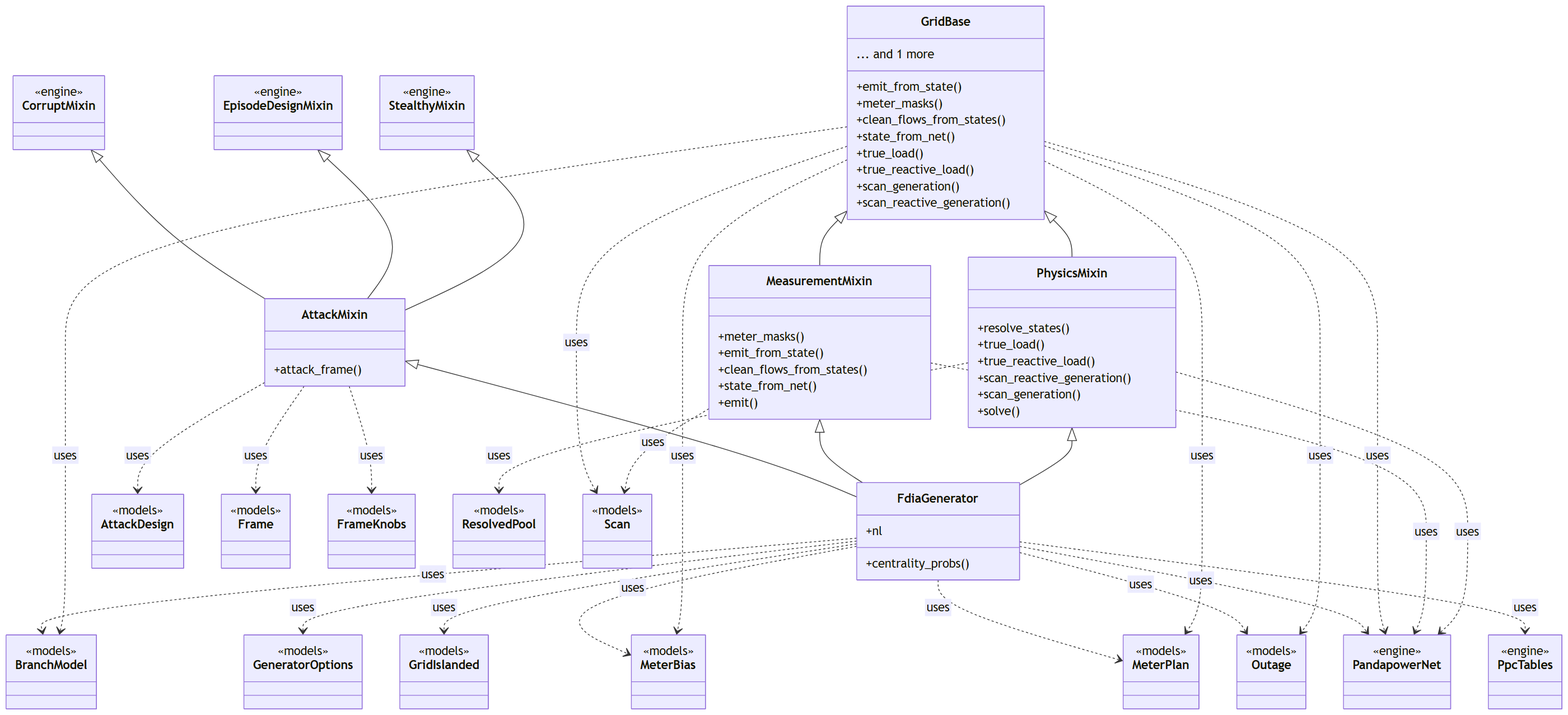
This is docs/figures/diagrams/classes_engine.png from myersben9/fdia-graph, a Mermaid export, as it was before one commit. Its source is kept beside it as docs/figures/diagrams/classes_engine.mmd.
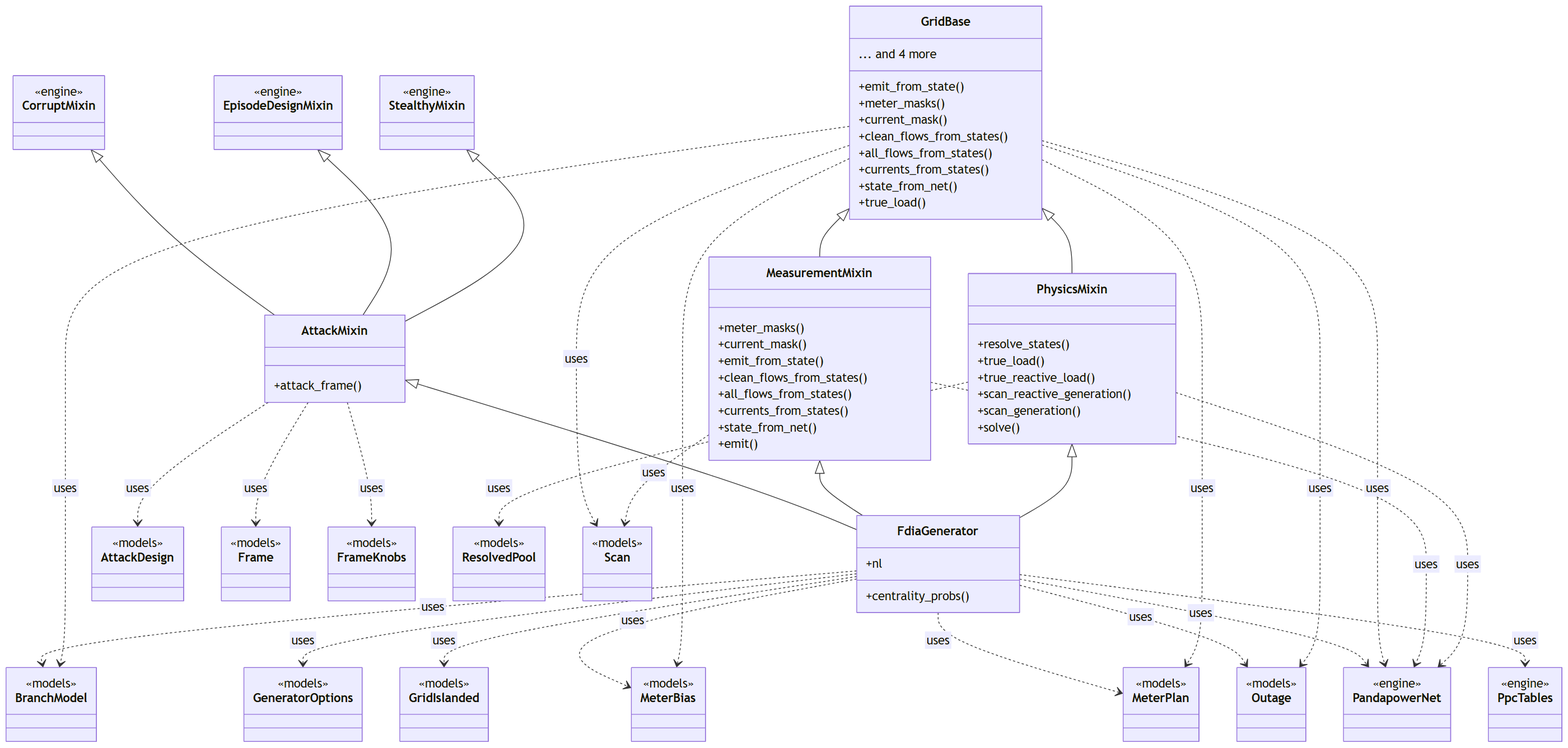
Later version of the same file.

What changed in the source:
```diff
@@ -2,18 +2,21 @@
     class GridBase {
         +emit_from_state()
         +meter_masks()
+        +current_mask()
         +clean_flows_from_states()
+        +all_flows_from_states()
+        +currents_from_states()
         +state_from_net()
         +true_load()
-        +true_reactive_load()
-        +scan_generation()
-        +scan_reactive_generation()
-        ... and 1 more
+        ... and 4 more
     }
     class MeasurementMixin {
         +meter_masks()
+        +current_mask()
         +emit_from_state()
         +clean_flows_from_states()
+        +all_flows_from_states()
+        +currents_from_states()
         +state_from_net()
         +emit()
     }
```
